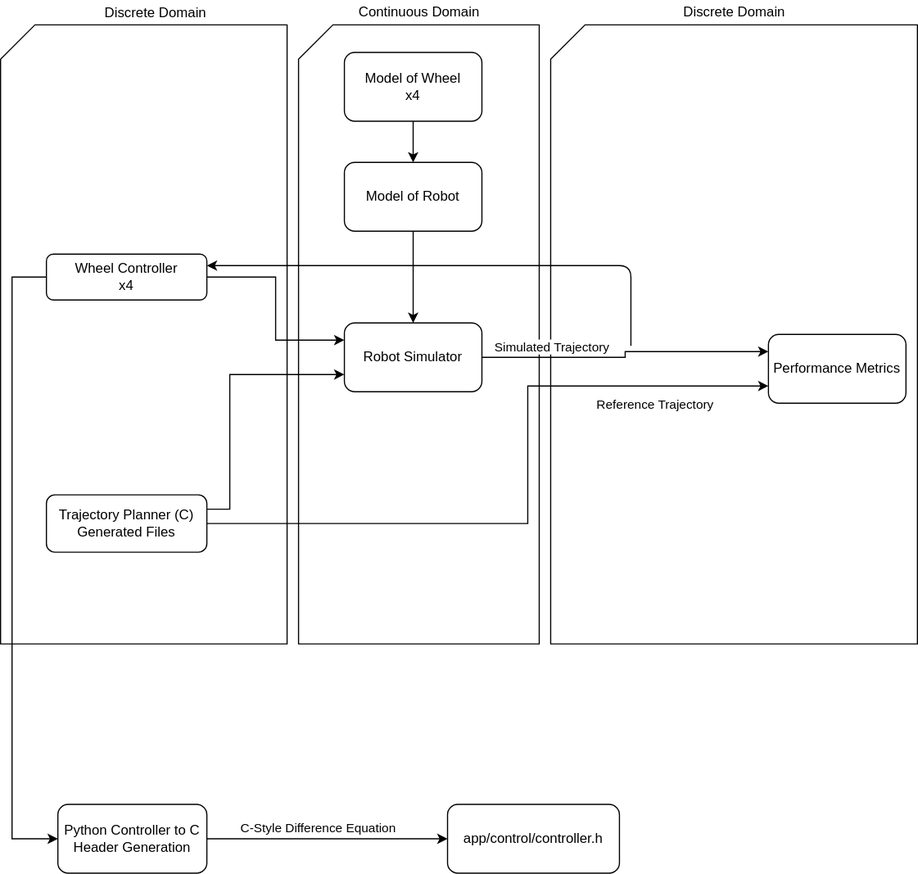
Above: PythonControl.svg in UBC-Thunderbots/Software (draw.io), before the change. Source tidied: cells renumbered, new cells last; positions are measured from the earlier drawing's top-left corner, leaving out a move shared by most shapes. The source it was exported from:
```xml
<mxGraphModel>
  <root>
    <mxCell id="0" />
    <mxCell id="1" parent="0" />
    <mxCell id="2" style="shape=card;whiteSpace=wrap;html=1;" parent="1" vertex="1">
      <mxGeometry x="480" y="21" width="320" height="540" as="geometry" />
    </mxCell>
    <mxCell id="3" style="shape=card;whiteSpace=wrap;html=1;" parent="1" vertex="1">
      <mxGeometry x="260" y="21" width="210" height="540" as="geometry" />
    </mxCell>
    <mxCell id="4" style="shape=card;whiteSpace=wrap;html=1;" parent="1" vertex="1">
      <mxGeometry y="21" width="250" height="540" as="geometry" />
    </mxCell>
    <mxCell id="5" style="edgeStyle=orthogonalEdgeStyle;rounded=0;jettySize=auto;html=1;entryX=0;entryY=0.25;entryDx=0;entryDy=0;" parent="1" edge="1" source="7" target="16">
      <mxGeometry relative="1" as="geometry" />
    </mxCell>
    <mxCell id="6" value="Simulated Trajectory" style="edgeLabel;html=1;align=center;verticalAlign=middle;" parent="5" vertex="1">
      <mxGeometry x="0.14" y="-1" relative="1" as="geometry">
        <mxPoint x="-80" y="-6" as="offset" />
      </mxGeometry>
    </mxCell>
    <mxCell id="7" value="Robot Simulator" style="rounded=1;whiteSpace=wrap;html=1;" parent="1" vertex="1">
      <mxGeometry x="300" y="281" width="120" height="60" as="geometry" />
    </mxCell>
    <mxCell id="8" style="edgeStyle=orthogonalEdgeStyle;rounded=0;jettySize=auto;html=1;" parent="1" edge="1" source="9" target="11">
      <mxGeometry relative="1" as="geometry" />
    </mxCell>
    <mxCell id="9" value="Model of Wheel&lt;br&gt;x4" style="rounded=1;whiteSpace=wrap;html=1;" parent="1" vertex="1">
      <mxGeometry x="300" y="45" width="120" height="60" as="geometry" />
    </mxCell>
    <mxCell id="10" style="edgeStyle=orthogonalEdgeStyle;rounded=0;jettySize=auto;html=1;entryX=0.5;entryY=0;entryDx=0;entryDy=0;" parent="1" edge="1" source="11" target="7">
      <mxGeometry relative="1" as="geometry" />
    </mxCell>
    <mxCell id="11" value="Model of Robot" style="rounded=1;whiteSpace=wrap;html=1;" parent="1" vertex="1">
      <mxGeometry x="300" y="141" width="120" height="60" as="geometry" />
    </mxCell>
    <mxCell id="12" style="edgeStyle=orthogonalEdgeStyle;rounded=0;jettySize=auto;html=1;exitX=1;exitY=0.25;exitDx=0;exitDy=0;entryX=0;entryY=0.75;entryDx=0;entryDy=0;" parent="1" edge="1" source="15" target="7">
      <mxGeometry relative="1" as="geometry">
        <Array as="points">
          <mxPoint x="200" y="444" />
          <mxPoint x="200" y="326" />
        </Array>
      </mxGeometry>
    </mxCell>
    <mxCell id="13" style="edgeStyle=orthogonalEdgeStyle;rounded=0;jettySize=auto;html=1;entryX=0;entryY=0.75;entryDx=0;entryDy=0;" parent="1" edge="1" source="15" target="16">
      <mxGeometry relative="1" as="geometry">
        <Array as="points">
          <mxPoint x="460" y="456" />
          <mxPoint x="460" y="336" />
        </Array>
      </mxGeometry>
    </mxCell>
    <mxCell id="14" value="Reference Trajectory" style="edgeLabel;html=1;align=center;verticalAlign=middle;" parent="13" vertex="1">
      <mxGeometry x="0.41" relative="1" as="geometry">
        <mxPoint x="79" y="15" as="offset" />
      </mxGeometry>
    </mxCell>
    <mxCell id="15" value="Trajectory Planner (C) Generated Files" style="rounded=1;whiteSpace=wrap;html=1;" parent="1" vertex="1">
      <mxGeometry x="40" y="431" width="140" height="50" as="geometry" />
    </mxCell>
    <mxCell id="16" value="Performance Metrics" style="rounded=1;whiteSpace=wrap;html=1;" parent="1" vertex="1">
      <mxGeometry x="670" y="291" width="120" height="60" as="geometry" />
    </mxCell>
    <mxCell id="17" style="edgeStyle=orthogonalEdgeStyle;rounded=0;jettySize=auto;html=1;entryX=0;entryY=0.25;entryDx=0;entryDy=0;" parent="1" edge="1" source="19" target="7">
      <mxGeometry relative="1" as="geometry" />
    </mxCell>
    <mxCell id="18" style="edgeStyle=orthogonalEdgeStyle;rounded=0;jettySize=auto;html=1;entryX=0;entryY=0.5;entryDx=0;entryDy=0;" parent="1" edge="1" source="19" target="26">
      <mxGeometry relative="1" as="geometry">
        <Array as="points">
          <mxPoint x="10" y="241" />
          <mxPoint x="10" y="731" />
        </Array>
      </mxGeometry>
    </mxCell>
    <mxCell id="19" value="Wheel Controller&lt;br&gt;x4" style="rounded=1;whiteSpace=wrap;html=1;" parent="1" vertex="1">
      <mxGeometry x="40" y="221" width="140" height="40" as="geometry" />
    </mxCell>
    <mxCell id="20" value="Discrete Domain" style="text;html=1;align=center;verticalAlign=middle;" parent="1" vertex="1">
      <mxGeometry x="85" y="1" width="100" height="20" as="geometry" />
    </mxCell>
    <mxCell id="21" value="Continuous Domain" style="text;html=1;align=center;verticalAlign=middle;" parent="1" vertex="1">
      <mxGeometry x="305" width="120" height="20" as="geometry" />
    </mxCell>
    <mxCell id="22" value="Discrete Domain" style="text;html=1;align=center;verticalAlign=middle;" parent="1" vertex="1">
      <mxGeometry x="590" width="100" height="20" as="geometry" />
    </mxCell>
    <mxCell id="23" style="endArrow=classic;html=1;entryX=1;entryY=0.25;entryDx=0;entryDy=0;" parent="1" edge="1" target="19">
      <mxGeometry relative="1" as="geometry">
        <mxPoint x="550" y="301" as="sourcePoint" />
        <Array as="points">
          <mxPoint x="550" y="231" />
        </Array>
      </mxGeometry>
    </mxCell>
    <mxCell id="24" style="edgeStyle=orthogonalEdgeStyle;rounded=0;jettySize=auto;html=1;entryX=0;entryY=0.5;entryDx=0;entryDy=0;" parent="1" edge="1" source="26" target="27">
      <mxGeometry relative="1" as="geometry" />
    </mxCell>
    <mxCell id="25" value="C-Style Difference Equation" style="edgeLabel;html=1;align=center;verticalAlign=middle;" parent="24" vertex="1">
      <mxGeometry x="-0.21" y="3" relative="1" as="geometry">
        <mxPoint x="13" y="-7" as="offset" />
      </mxGeometry>
    </mxCell>
    <mxCell id="26" value="Python Controller to C Header Generation" style="rounded=1;whiteSpace=wrap;html=1;" parent="1" vertex="1">
      <mxGeometry x="50" y="701" width="130" height="60" as="geometry" />
    </mxCell>
    <mxCell id="27" value="app/control/controller.h" style="rounded=1;whiteSpace=wrap;html=1;" parent="1" vertex="1">
      <mxGeometry x="390" y="701" width="150" height="60" as="geometry" />
    </mxCell>
  </root>
</mxGraphModel>
```
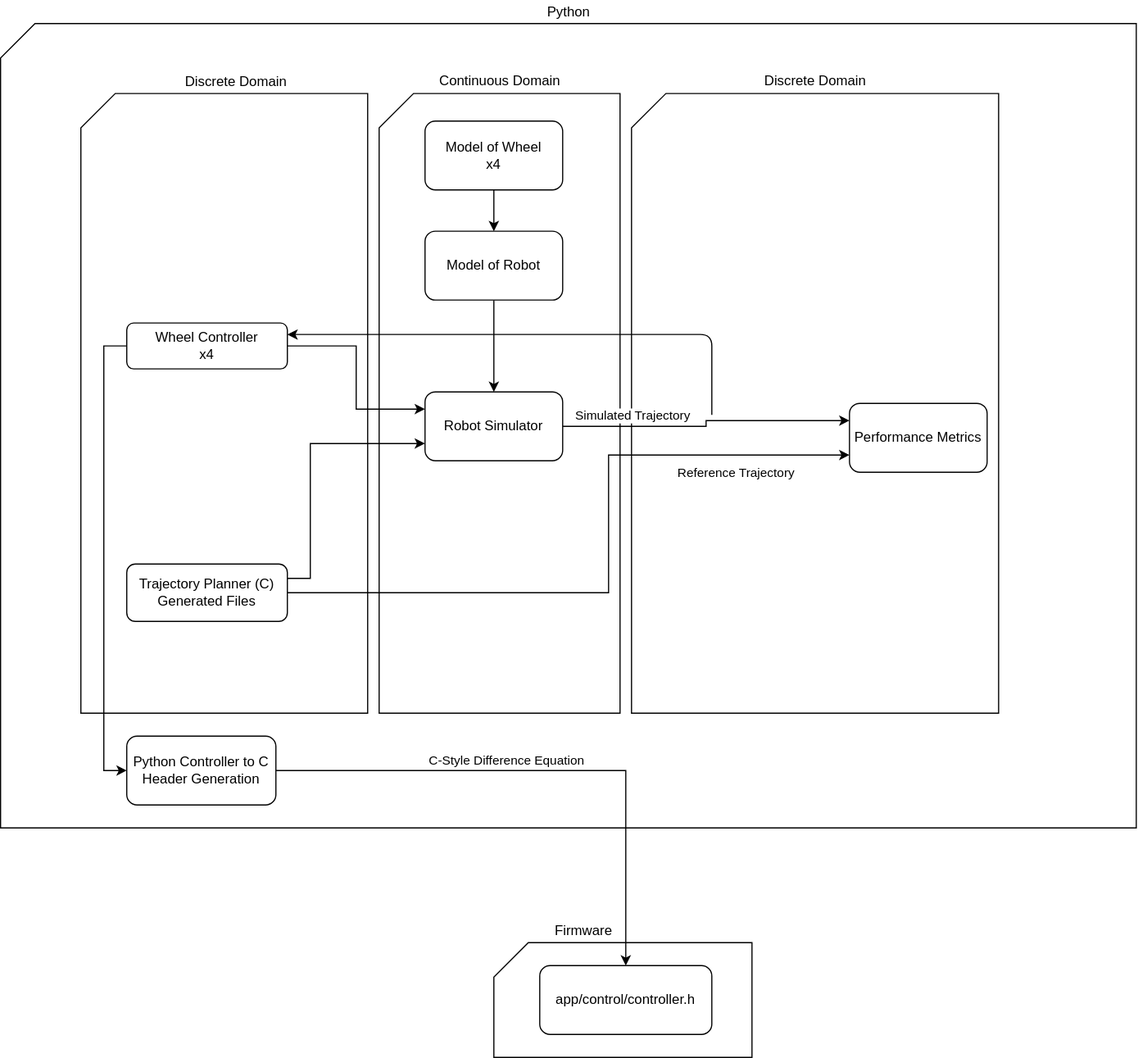
After the commit.

Commit message:
Added boxes to represent python and C codes

The edit, as a diff of the source:
```diff
@@ -2,6 +2,12 @@
   <root>
     <mxCell id="0" />
     <mxCell id="1" parent="0" />
+    <mxCell id="28" style="shape=card;whiteSpace=wrap;html=1;" parent="1" vertex="1">
+      <mxGeometry x="-70" y="-40" width="990" height="701" as="geometry" />
+    </mxCell>
+    <mxCell id="29" style="shape=card;whiteSpace=wrap;html=1;" parent="1" vertex="1">
+      <mxGeometry x="360" y="761" width="225" height="100" as="geometry" />
+    </mxCell>
     <mxCell id="2" style="shape=card;whiteSpace=wrap;html=1;" parent="1" vertex="1">
       <mxGeometry x="480" y="21" width="320" height="540" as="geometry" />
     </mxCell>
@@ -67,8 +73,8 @@
     <mxCell id="18" style="edgeStyle=orthogonalEdgeStyle;rounded=0;jettySize=auto;html=1;entryX=0;entryY=0.5;entryDx=0;entryDy=0;" parent="1" edge="1" source="19" target="26">
       <mxGeometry relative="1" as="geometry">
         <Array as="points">
-          <mxPoint x="10" y="241" />
-          <mxPoint x="10" y="731" />
+          <mxPoint x="20" y="241" />
+          <mxPoint x="20" y="611" />
         </Array>
       </mxGeometry>
     </mxCell>
@@ -101,10 +107,16 @@
       </mxGeometry>
     </mxCell>
     <mxCell id="26" value="Python Controller to C Header Generation" style="rounded=1;whiteSpace=wrap;html=1;" parent="1" vertex="1">
-      <mxGeometry x="50" y="701" width="130" height="60" as="geometry" />
+      <mxGeometry x="40" y="581" width="130" height="60" as="geometry" />
     </mxCell>
     <mxCell id="27" value="app/control/controller.h" style="rounded=1;whiteSpace=wrap;html=1;" parent="1" vertex="1">
-      <mxGeometry x="390" y="701" width="150" height="60" as="geometry" />
+      <mxGeometry x="400" y="781" width="150" height="60" as="geometry" />
     </mxCell>
+    <mxCell id="30" value="Firmware" style="text;html=1;align=center;verticalAlign=middle;" parent="1" vertex="1">
+      <mxGeometry x="403" y="741" width="70" height="20" as="geometry" />
+    </mxCell>
+    <mxCell id="31" value="Python" style="text;html=1;align=center;verticalAlign=middle;" parent="1" vertex="1">
+      <mxGeometry x="400" y="-60" width="50" height="20" as="geometry" />
+    </mxCell>
   </root>
 </mxGraphModel>
```
